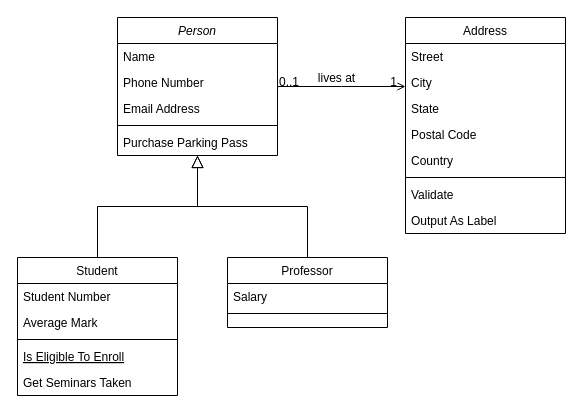
The draw.io diagram Untitled Diagram.drawio in Alanhsiu/NTUGR, before the edit. Source tidied: cells renumbered, new cells numbered last; positions are measured from the earlier drawing's top-left corner, leaving out a move shared by most shapes. Both pictures are drawn from the tidied source at 100%, with x=0, y=0 at pixel (17, 17).
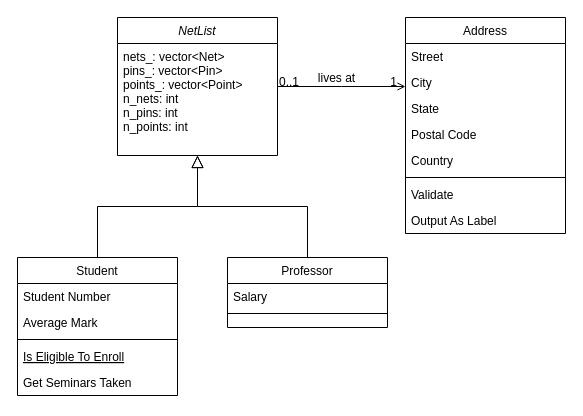
The same page after the edit.

Commit message:
NetList init

The edit, as a diff of the source:
```diff
@@
-    <mxCell id="2" value="Person" style="swimlane;fontStyle=2;align=center;verticalAlign=top;horizontal=1;startSize=26;rounded=0;shadow=0;strokeWidth=1;" parent="1" vertex="1">
+    <mxCell id="2" value="NetList" style="swimlane;fontStyle=2;align=center;verticalAlign=top;horizontal=1;startSize=26;rounded=0;shadow=0;strokeWidth=1;" parent="1" vertex="1">
       <mxGeometry x="100" width="160" height="138" as="geometry" />
     </mxCell>
-    <mxCell id="3" value="Name" style="text;align=left;verticalAlign=top;spacingLeft=4;spacingRight=4;overflow=hidden;" parent="2" vertex="1">
-      <mxGeometry y="26" width="160" height="26" as="geometry" />
+    <mxCell id="3" value="nets_: vector&lt;Net&gt;&#10;pins_: vector&lt;Pin&gt;&#10;points_: vector&lt;Point&gt;&#10;n_nets: int&#10;n_pins: int&#10;n_points: int" style="text;align=left;verticalAlign=top;spacingLeft=4;spacingRight=4;overflow=hidden;" parent="2" vertex="1">
+      <mxGeometry y="26" width="160" height="104" as="geometry" />
     </mxCell>
-    <mxCell id="4" value="Phone Number" style="text;align=left;verticalAlign=top;spacingLeft=4;spacingRight=4;overflow=hidden;rounded=0;shadow=0;html=0;" parent="2" vertex="1">
-      <mxGeometry y="52" width="160" height="26" as="geometry" />
-    </mxCell>
-    <mxCell id="5" value="Email Address" style="text;align=left;verticalAlign=top;spacingLeft=4;spacingRight=4;overflow=hidden;rounded=0;shadow=0;html=0;" parent="2" vertex="1">
-      <mxGeometry y="78" width="160" height="26" as="geometry" />
-    </mxCell>
-    <mxCell id="6" style="line;html=1;strokeWidth=1;align=left;verticalAlign=middle;spacingTop=-1;spacingLeft=3;spacingRight=3;labelPosition=right;" parent="2" vertex="1">
-      <mxGeometry y="104" width="160" height="8" as="geometry" />
-    </mxCell>
-    <mxCell id="7" value="Purchase Parking Pass" style="text;align=left;verticalAlign=top;spacingLeft=4;spacingRight=4;overflow=hidden;" parent="2" vertex="1">
-      <mxGeometry y="112" width="160" height="26" as="geometry" />
-    </mxCell>
```
